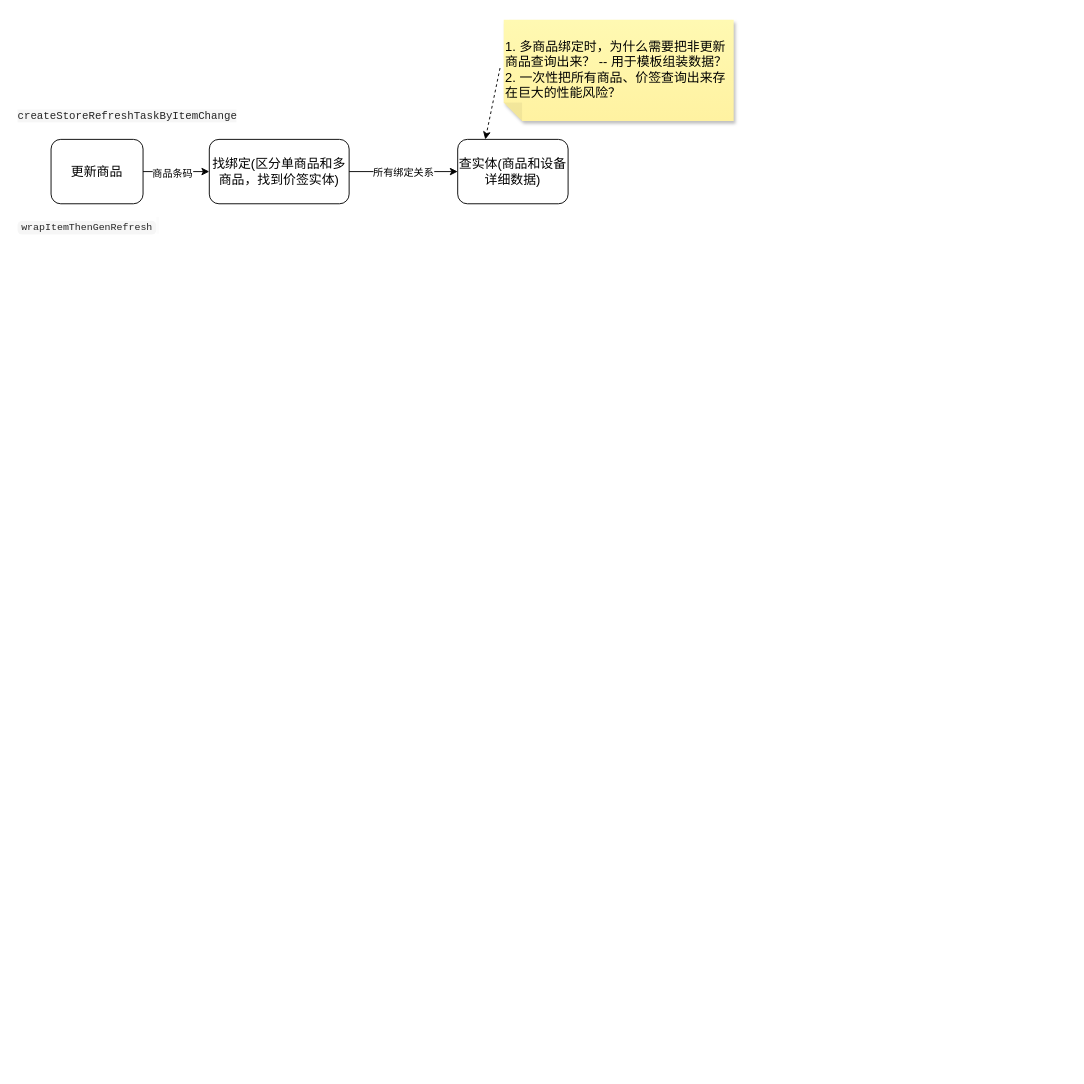
xuxu8511/draw.io keeps this draw.io diagram as template-old.drawio. Above is the earlier version. Source tidied: cells renumbered, new cells numbered last; positions are measured from the earlier drawing's top-left corner, leaving out a move shared by most shapes. Both pictures are drawn from the tidied source at 92%, with x=0, y=0 at pixel (16, 19).
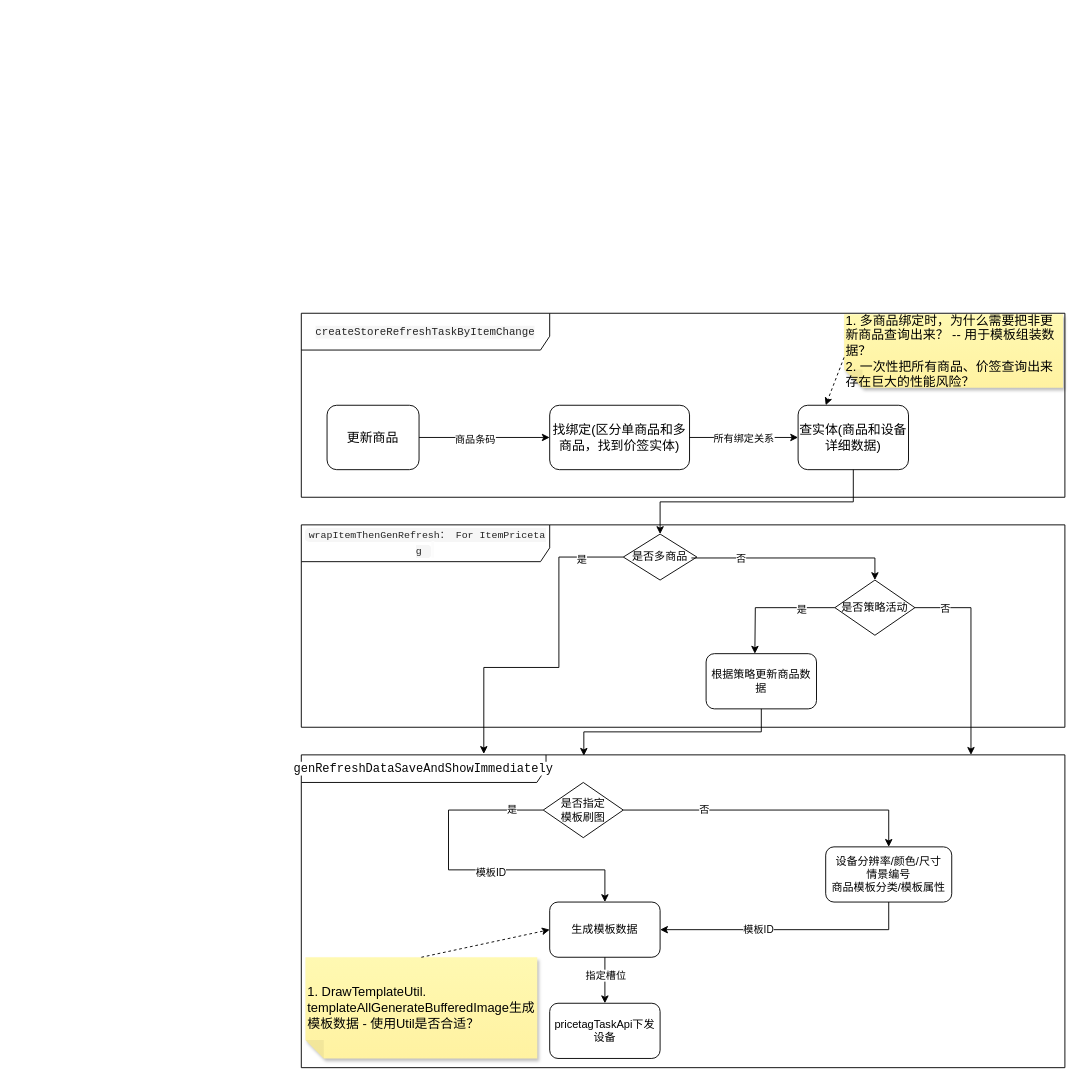
The same page after the edit.

Change to the diagram source:
```diff
@@
     <mxCell id="2" value="&lt;span style=&quot;font-size: 14px;&quot;&gt;更新商品&lt;/span&gt;" style="rounded=1;whiteSpace=wrap;html=1;" parent="1" vertex="1">
-      <mxGeometry x="38" y="130" width="100" height="70" as="geometry" />
+      <mxGeometry x="338" y="419" width="100" height="70" as="geometry" />
     </mxCell>
     <mxCell id="3" value="&lt;span style=&quot;font-size: 14px;&quot;&gt;找绑定(区分单商品和多商品，找到价签实体)&lt;/span&gt;" style="rounded=1;whiteSpace=wrap;html=1;" parent="1" vertex="1">
-      <mxGeometry x="210" y="130" width="152" height="70" as="geometry" />
+      <mxGeometry x="580" y="419" width="152" height="70" as="geometry" />
     </mxCell>
-    <mxCell id="4" value="&lt;span style=&quot;color: rgba(20, 20, 20, 0.92); font-family: Consolas, &amp;quot;Courier New&amp;quot;, monospace; font-size: 11.7px; font-style: normal; font-variant-ligatures: normal; font-variant-caps: normal; font-weight: 400; letter-spacing: normal; orphans: 2; text-align: start; text-indent: 0px; text-transform: none; widows: 2; word-spacing: 0px; -webkit-text-stroke-width: 0px; white-space: normal; background-color: color(srgb 0.0784314 0.0784314 0.0784314 / 0.0368628); text-decoration-thickness: initial; text-decoration-style: initial; text-decoration-color: initial; display: inline !important; float: none;&quot;&gt;createStoreRefreshTaskByItemChange&lt;/span&gt;" style="text;whiteSpace=wrap;html=1;" parent="1" vertex="1">
-      <mxGeometry y="90" width="250" height="40" as="geometry" />
-    </mxCell>
-    <mxCell id="5" value="&lt;code class=&quot;md-inline-variable-like&quot; style=&quot;padding: 1.5px 4px; border-radius: 5px; background-color: color(srgb 0.0784314 0.0784314 0.0784314 / 0.0368628); color: rgba(20, 20, 20, 0.92); font-family: Consolas, &amp;quot;Courier New&amp;quot;, monospace; font-size: 0.9em; line-height: 1.4; word-break: break-all; font-style: normal; font-variant-ligatures: normal; font-variant-caps: normal; font-weight: 400; letter-spacing: normal; orphans: 2; text-align: start; text-indent: 0px; text-transform: none; widows: 2; word-spacing: 0px; -webkit-text-stroke-width: 0px; white-space: normal; text-decoration-thickness: initial; text-decoration-style: initial; text-decoration-color: initial;&quot;&gt;wrapItemThenGenRefresh&lt;/code&gt;&lt;span style=&quot;color: rgba(20, 20, 20, 0.92); font-family: &amp;quot;Segoe WPC&amp;quot;, &amp;quot;Segoe UI&amp;quot;, sans-serif; font-size: 13px; font-style: normal; font-variant-ligatures: normal; font-variant-caps: normal; font-weight: 400; letter-spacing: normal; orphans: 2; text-align: start; text-indent: 0px; text-transform: none; widows: 2; word-spacing: 0px; -webkit-text-stroke-width: 0px; white-space: normal; background-color: rgb(252, 252, 252); text-decoration-thickness: initial; text-decoration-style: initial; text-decoration-color: initial; display: inline !important; float: none;&quot;&gt;&lt;span&gt;&amp;nbsp;&lt;/span&gt;&lt;/span&gt;" style="text;whiteSpace=wrap;html=1;" parent="1" vertex="1">
-      <mxGeometry y="210" width="180" height="40" as="geometry" />
-    </mxCell>
@@
     <mxCell id="8" value="&lt;span style=&quot;font-size: 14px;&quot;&gt;查实体(商品和设备详细数据)&lt;/span&gt;" style="rounded=1;whiteSpace=wrap;html=1;" parent="1" vertex="1">
-      <mxGeometry x="480" y="130" width="120" height="70" as="geometry" />
+      <mxGeometry x="850" y="419" width="120" height="70" as="geometry" />
     </mxCell>
@@
-    <mxCell id="11" value="&lt;p&gt;&lt;font style=&quot;line-height: 80%;&quot;&gt;1. 多商品绑定时，为什么需要把非更新商品查询出来？ -- 用于模板组装数据？&lt;br&gt;2. 一次性把所有商品、价签查询出来存在巨大的性能风险？&lt;/font&gt;&lt;/p&gt;" style="shape=note;whiteSpace=wrap;html=1;backgroundOutline=1;autosizeText=0;fontColor=#000000;darkOpacity=0.05;fillColor=#FFF9B2;strokeColor=none;fillStyle=solid;fontSize=14;direction=west;gradientDirection=north;gradientColor=#FFF2A1;shadow=1;size=20;rotation=0;align=left;verticalAlign=top;" parent="1" vertex="1">
-      <mxGeometry x="530" width="250" height="110" as="geometry" />
+    <mxCell id="11" value="&lt;p&gt;&lt;font style=&quot;line-height: 80%;&quot;&gt;1. 多商品绑定时，为什么需要把非更新商品查询出来？ -- 用于模板组装数据？&lt;br&gt;2. 一次性把所有商品、价签查询出来存在巨大的性能风险？&lt;/font&gt;&lt;/p&gt;" style="shape=note;whiteSpace=wrap;html=1;backgroundOutline=1;autosizeText=0;fontColor=#000000;darkOpacity=0.05;fillColor=#FFF9B2;strokeColor=none;fillStyle=solid;fontSize=14;direction=west;gradientDirection=north;gradientColor=#FFF2A1;shadow=1;size=20;rotation=0;align=left;verticalAlign=middle;" parent="1" vertex="1">
+      <mxGeometry x="900" y="320" width="238" height="80" as="geometry" />
     </mxCell>
-    <mxCell id="12" style="endArrow=classic;html=1;rounded=0;exitX=1.016;exitY=0.523;exitDx=0;exitDy=0;exitPerimeter=0;entryX=0.25;entryY=0;entryDx=0;entryDy=0;dashed=1;" parent="1" edge="1" source="11" target="8">
+    <mxCell id="12" style="endArrow=classic;html=1;rounded=0;entryX=0.25;entryY=0;entryDx=0;entryDy=0;dashed=1;exitX=1;exitY=0.413;exitDx=0;exitDy=0;exitPerimeter=0;" parent="1" edge="1" source="11" target="8">
       <mxGeometry relative="1" as="geometry" />
     </mxCell>
+    <mxCell id="13" value="&lt;code class=&quot;md-inline-variable-like&quot; style=&quot;padding: 1.5px 4px; border-radius: 5px; background-color: color(srgb 0.0784314 0.0784314 0.0784314 / 0.0368628); color: rgba(20, 20, 20, 0.92); font-family: Consolas, &amp;quot;Courier New&amp;quot;, monospace; font-size: 0.9em; line-height: 1.4; word-break: break-all; text-align: start;&quot;&gt;wrapItemThenGenRefresh： For ItemPricetag&amp;nbsp;&lt;/code&gt;&lt;span style=&quot;color: rgba(20, 20, 20, 0.92); font-family: &amp;quot;Segoe WPC&amp;quot;, &amp;quot;Segoe UI&amp;quot;, sans-serif; font-size: 13px; text-align: start; background-color: rgb(252, 252, 252); float: none; display: inline !important;&quot;&gt;&amp;nbsp;&lt;/span&gt;" style="shape=umlFrame;whiteSpace=wrap;html=1;width=270;height=40;" parent="1" vertex="1">
+      <mxGeometry x="310" y="549" width="830" height="220" as="geometry" />
+    </mxCell>
+    <mxCell id="4" value="&lt;span style=&quot;color: rgba(20, 20, 20, 0.92); font-family: Consolas, &amp;quot;Courier New&amp;quot;, monospace; font-size: 11.7px; text-align: start; background-color: color(srgb 0.0784314 0.0784314 0.0784314 / 0.0368628);&quot;&gt;createStoreRefreshTaskByItemChange&lt;/span&gt;" style="shape=umlFrame;whiteSpace=wrap;html=1;width=270;height=40;" parent="1" vertex="1">
+      <mxGeometry x="310" y="319" width="830" height="200" as="geometry" />
+    </mxCell>
+    <mxCell id="14" value="是否多商品" style="rhombus;whiteSpace=wrap;html=1;" parent="1" vertex="1">
+      <mxGeometry x="660" y="559" width="80" height="50" as="geometry" />
+    </mxCell>
+    <mxCell id="15" style="endArrow=classic;html=1;rounded=0;edgeStyle=orthogonalEdgeStyle;entryX=0.5;entryY=0;entryDx=0;entryDy=0;exitX=0.5;exitY=1;exitDx=0;exitDy=0;" parent="1" edge="1" source="8" target="14">
+      <mxGeometry relative="1" as="geometry" />
+    </mxCell>
+    <mxCell id="16" value="&lt;div style=&quot;background-color:#ffffff;color:#080808&quot;&gt;&lt;pre style=&quot;font-family:'JetBrains Mono',monospace;font-size:9.8pt;&quot;&gt;genRefreshDataSaveAndShowImmediately&lt;/pre&gt;&lt;/div&gt;" style="shape=umlFrame;whiteSpace=wrap;html=1;width=266;height=30;" parent="1" vertex="1">
+      <mxGeometry x="310" y="799" width="830" height="340" as="geometry" />
+    </mxCell>
+    <mxCell id="17" value="生成模板数据" style="rounded=1;whiteSpace=wrap;html=1;" parent="1" vertex="1">
+      <mxGeometry x="580" y="959" width="120" height="60" as="geometry" />
+    </mxCell>
+    <mxCell id="18" value="是否指定&lt;br&gt;模板刷图" style="rhombus;whiteSpace=wrap;html=1;" parent="1" vertex="1">
+      <mxGeometry x="573" y="829" width="87" height="60" as="geometry" />
+    </mxCell>
+    <mxCell id="19" style="endArrow=classic;html=1;rounded=0;exitX=0;exitY=0.5;exitDx=0;exitDy=0;entryX=0.5;entryY=0;entryDx=0;entryDy=0;edgeStyle=orthogonalEdgeStyle;" parent="1" edge="1" source="18" target="17">
+      <mxGeometry relative="1" as="geometry">
+        <Array as="points">
+          <mxPoint x="470" y="859" />
+          <mxPoint x="470" y="924" />
+          <mxPoint x="640" y="924" />
+        </Array>
+      </mxGeometry>
+    </mxCell>
+    <mxCell id="20" value="模板ID" style="edgeLabel;html=1;align=center;verticalAlign=middle;" parent="19" vertex="1">
+      <mxGeometry x="0.14" y="-2" relative="1" as="geometry" />
+    </mxCell>
+    <mxCell id="21" value="是" style="edgeLabel;html=1;align=center;verticalAlign=middle;" parent="19" vertex="1">
+      <mxGeometry x="-0.81" y="-1" relative="1" as="geometry" />
+    </mxCell>
+    <mxCell id="22" value="设备分辨率/颜色/尺寸&lt;br&gt;情景编号&lt;div&gt;商品模板分类/模板属性&lt;/div&gt;" style="rounded=1;whiteSpace=wrap;html=1;" parent="1" vertex="1">
+      <mxGeometry x="880" y="899" width="137" height="60" as="geometry" />
+    </mxCell>
+    <mxCell id="23" style="endArrow=classic;html=1;rounded=0;edgeStyle=orthogonalEdgeStyle;exitX=1;exitY=0.5;exitDx=0;exitDy=0;entryX=0.5;entryY=0;entryDx=0;entryDy=0;" parent="1" edge="1" source="18" target="22">
+      <mxGeometry relative="1" as="geometry" />
+    </mxCell>
+    <mxCell id="24" value="否" style="edgeLabel;html=1;align=center;verticalAlign=middle;" parent="23" vertex="1">
+      <mxGeometry x="-0.47" y="1" relative="1" as="geometry" />
+    </mxCell>
+    <mxCell id="25" style="endArrow=classic;html=1;rounded=0;exitX=0.5;exitY=1;exitDx=0;exitDy=0;entryX=1;entryY=0.5;entryDx=0;entryDy=0;edgeStyle=orthogonalEdgeStyle;" parent="1" edge="1" source="22" target="17">
+      <mxGeometry relative="1" as="geometry" />
+    </mxCell>
+    <mxCell id="26" value="模板ID" style="edgeLabel;html=1;align=center;verticalAlign=middle;" parent="25" vertex="1">
+      <mxGeometry x="0.24" y="-1" relative="1" as="geometry">
+        <mxPoint x="1" as="offset" />
+      </mxGeometry>
+    </mxCell>
+    <mxCell id="27" value="&lt;div&gt;1. DrawTemplateUtil.&lt;br&gt;templateAllGenerateBufferedImage生成&lt;/div&gt;&lt;div&gt;模板数据 - 使用Util是否合适？&lt;/div&gt;" style="shape=note;whiteSpace=wrap;html=1;backgroundOutline=1;autosizeText=0;fontColor=#000000;darkOpacity=0.05;fillColor=#FFF9B2;strokeColor=none;fillStyle=solid;fontSize=14;direction=west;gradientDirection=north;gradientColor=#FFF2A1;shadow=1;size=20;rotation=0;align=left;verticalAlign=middle;" parent="1" vertex="1">
+      <mxGeometry x="314.5" y="1019" width="252" height="110" as="geometry" />
+    </mxCell>
+    <mxCell id="28" style="endArrow=classic;html=1;rounded=0;exitX=0.5;exitY=1;exitDx=0;exitDy=0;exitPerimeter=0;entryX=0;entryY=0.5;entryDx=0;entryDy=0;dashed=1;" parent="1" edge="1" source="27" target="17">
+      <mxGeometry relative="1" as="geometry" />
+    </mxCell>
+    <mxCell id="29" style="endArrow=classic;html=1;rounded=0;exitX=0.925;exitY=0.52;exitDx=0;exitDy=0;exitPerimeter=0;entryX=0.5;entryY=0;entryDx=0;entryDy=0;edgeStyle=orthogonalEdgeStyle;" parent="1" edge="1" source="14" target="34">
+      <mxGeometry relative="1" as="geometry" />
+    </mxCell>
+    <mxCell id="30" value="否" style="edgeLabel;html=1;align=center;verticalAlign=middle;" parent="29" vertex="1">
+      <mxGeometry x="-0.53" relative="1" as="geometry" />
+    </mxCell>
+    <mxCell id="31" value="pricetagTaskApi下发设备" style="rounded=1;whiteSpace=wrap;html=1;" parent="1" vertex="1">
+      <mxGeometry x="580" y="1069" width="120" height="60" as="geometry" />
+    </mxCell>
+    <mxCell id="32" style="endArrow=classic;html=1;rounded=0;exitX=0.5;exitY=1;exitDx=0;exitDy=0;entryX=0.5;entryY=0;entryDx=0;entryDy=0;" parent="1" edge="1" source="17" target="31">
+      <mxGeometry relative="1" as="geometry" />
+    </mxCell>
+    <mxCell id="33" value="指定槽位" style="edgeLabel;html=1;align=center;verticalAlign=middle;" parent="32" vertex="1">
+      <mxGeometry x="-0.24" relative="1" as="geometry" />
+    </mxCell>
+    <mxCell id="34" value="是否策略活动" style="rhombus;whiteSpace=wrap;html=1;" parent="1" vertex="1">
+      <mxGeometry x="890" y="609" width="87" height="60" as="geometry" />
+    </mxCell>
+    <mxCell id="35" style="endArrow=classic;html=1;rounded=0;exitX=1;exitY=0.5;exitDx=0;exitDy=0;entryX=0.877;entryY=0;entryDx=0;entryDy=0;edgeStyle=orthogonalEdgeStyle;entryPerimeter=0;" parent="1" edge="1" source="34" target="16">
+      <mxGeometry relative="1" as="geometry">
+        <Array as="points">
+          <mxPoint x="1038" y="639" />
+        </Array>
+      </mxGeometry>
+    </mxCell>
+    <mxCell id="36" value="否" style="edgeLabel;html=1;align=center;verticalAlign=middle;" parent="35" vertex="1">
+      <mxGeometry x="-0.41" y="-4" relative="1" as="geometry">
+        <mxPoint x="-24" y="-4" as="offset" />
+      </mxGeometry>
+    </mxCell>
+    <mxCell id="37" value="根据策略更新商品数据" style="rounded=1;whiteSpace=wrap;html=1;" parent="1" vertex="1">
+      <mxGeometry x="750" y="689" width="120" height="60" as="geometry" />
+    </mxCell>
+    <mxCell id="38" style="endArrow=classic;html=1;rounded=0;exitX=0;exitY=0.5;exitDx=0;exitDy=0;edgeStyle=orthogonalEdgeStyle;" parent="1" edge="1" source="34">
+      <mxGeometry relative="1" as="geometry">
+        <mxPoint x="803" y="689" as="targetPoint" />
+      </mxGeometry>
+    </mxCell>
+    <mxCell id="39" value="是" style="edgeLabel;html=1;align=center;verticalAlign=middle;" parent="38" vertex="1">
+      <mxGeometry x="-0.46" y="1" relative="1" as="geometry" />
+    </mxCell>
+    <mxCell id="40" style="endArrow=classic;html=1;rounded=0;exitX=0;exitY=0.5;exitDx=0;exitDy=0;edgeStyle=orthogonalEdgeStyle;entryX=0.239;entryY=-0.003;entryDx=0;entryDy=0;entryPerimeter=0;startSize=1;" parent="1" edge="1" source="14" target="16">
+      <mxGeometry relative="1" as="geometry">
+        <Array as="points">
+          <mxPoint x="590" y="584" />
+          <mxPoint x="590" y="704" />
+          <mxPoint x="508" y="704" />
+        </Array>
+      </mxGeometry>
+    </mxCell>
+    <mxCell id="41" value="是" style="edgeLabel;html=1;align=center;verticalAlign=middle;" parent="40" vertex="1">
+      <mxGeometry x="-0.75" y="2" relative="1" as="geometry" />
+    </mxCell>
+    <mxCell id="42" style="endArrow=classic;html=1;rounded=0;exitX=0.5;exitY=1;exitDx=0;exitDy=0;entryX=0.37;entryY=0.003;entryDx=0;entryDy=0;entryPerimeter=0;edgeStyle=orthogonalEdgeStyle;" parent="1" edge="1" source="37" target="16">
+      <mxGeometry relative="1" as="geometry" />
+    </mxCell>
```
